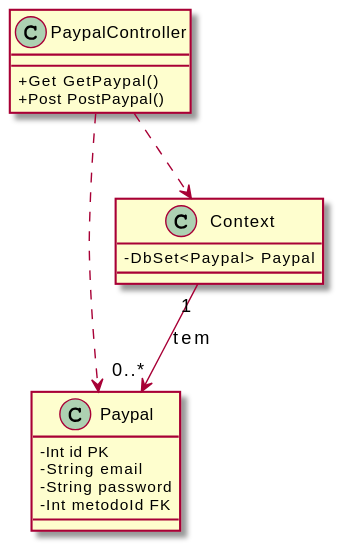
The PlantUML diagram Documentos/Sprint3/Design OO/CD-Paypal.svg in UPskillDOTNET/Jakim-das-Coives-S.A., before a commit. Source of this version:
```plantuml
@startuml
skinparam classAttributeIconSize 0

class PaypalController {
  +Get GetPaypal()
  +Post PostPaypal()
}

class Paypal {
  -Int id PK
  -String email
  -String password
  -Int metodoId FK
}

class Context {
  -DbSet<Paypal> Paypal
}

PaypalController ..> Paypal
PaypalController ..> Context
Context "1" --> "0..*" Paypal: tem
@enduml
```
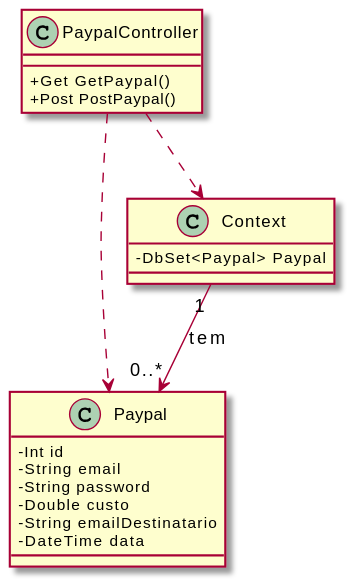
Above is the later version.

What changed in the source:
```diff
@@ -7,10 +7,12 @@
 }
 
 class Paypal {
-  -Int id PK
+  -Int id
   -String email
   -String password
-  -Int metodoId FK
+  -Double custo
+  -String emailDestinatario
+  -DateTime data
 }
 
 class Context {
```
